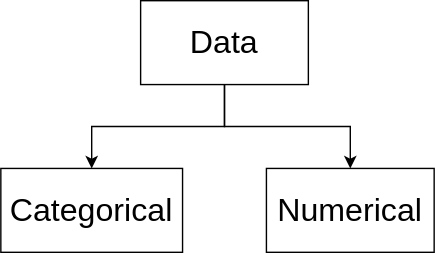
Above: media/Stats1 Data types.drawio.svg in arun-jathari/academics (draw.io), before the change. Source tidied: cells renumbered, new cells last; positions are measured from the earlier drawing's top-left corner, leaving out a move shared by most shapes.
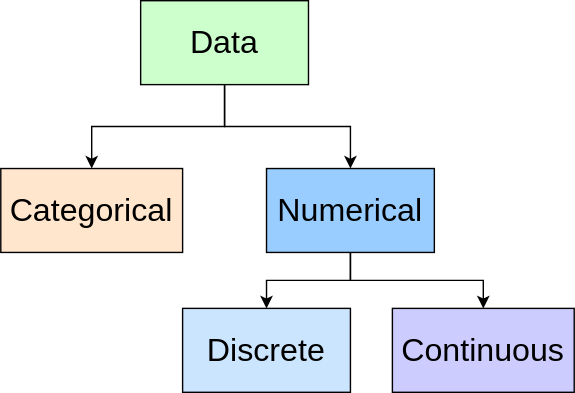
After the change.

Change to the diagram source:
```diff
@@ -8,14 +8,26 @@
     <mxCell id="3" style="edgeStyle=orthogonalEdgeStyle;rounded=0;jettySize=auto;html=1;exitX=0.5;exitY=1;exitDx=0;exitDy=0;" parent="1" edge="1" source="4" target="5">
       <mxGeometry relative="1" as="geometry" />
     </mxCell>
-    <mxCell id="4" value="&lt;font style=&quot;font-size: 23px&quot;&gt;Data&lt;/font&gt;" style="rounded=0;whiteSpace=wrap;html=1;" parent="1" vertex="1">
+    <mxCell id="4" value="&lt;font style=&quot;font-size: 23px&quot;&gt;Data&lt;/font&gt;" style="rounded=0;whiteSpace=wrap;html=1;fillColor=#CCFFCC;" parent="1" vertex="1">
       <mxGeometry x="100" width="120" height="60" as="geometry" />
     </mxCell>
+    <mxCell id="7" style="edgeStyle=orthogonalEdgeStyle;rounded=0;jettySize=auto;html=1;exitX=0.5;exitY=1;exitDx=0;exitDy=0;fontSize=23;" parent="1" edge="1" source="5" target="9">
+      <mxGeometry relative="1" as="geometry" />
+    </mxCell>
+    <mxCell id="8" style="edgeStyle=orthogonalEdgeStyle;rounded=0;jettySize=auto;html=1;exitX=0.5;exitY=1;exitDx=0;exitDy=0;entryX=0.5;entryY=0;entryDx=0;entryDy=0;fontSize=23;" parent="1" edge="1" source="5" target="10">
+      <mxGeometry relative="1" as="geometry" />
+    </mxCell>
-    <mxCell id="5" value="&lt;font style=&quot;font-size: 23px&quot;&gt;Numerical&lt;/font&gt;" style="rounded=0;whiteSpace=wrap;html=1;" parent="1" vertex="1">
+    <mxCell id="5" value="&lt;font style=&quot;font-size: 23px&quot;&gt;Numerical&lt;/font&gt;" style="rounded=0;whiteSpace=wrap;html=1;fillColor=#99CCFF;" parent="1" vertex="1">
       <mxGeometry x="190" y="120" width="120" height="60" as="geometry" />
     </mxCell>
-    <mxCell id="6" value="&lt;font style=&quot;font-size: 23px&quot;&gt;Categorical&lt;/font&gt;" style="rounded=0;whiteSpace=wrap;html=1;" parent="1" vertex="1">
+    <mxCell id="6" value="&lt;font style=&quot;font-size: 23px&quot;&gt;Categorical&lt;/font&gt;" style="rounded=0;whiteSpace=wrap;html=1;fillColor=#FFE6CC;" parent="1" vertex="1">
       <mxGeometry y="120" width="130" height="60" as="geometry" />
     </mxCell>
+    <mxCell id="9" value="Discrete" style="rounded=0;whiteSpace=wrap;html=1;fontSize=23;fillColor=#CCE5FF;" parent="1" vertex="1">
+      <mxGeometry x="130" y="220" width="120" height="60" as="geometry" />
+    </mxCell>
+    <mxCell id="10" value="Continuous" style="rounded=0;whiteSpace=wrap;html=1;fontSize=23;fillColor=#CCCCFF;" parent="1" vertex="1">
+      <mxGeometry x="280" y="220" width="130" height="60" as="geometry" />
+    </mxCell>
   </root>
 </mxGraphModel>
```
